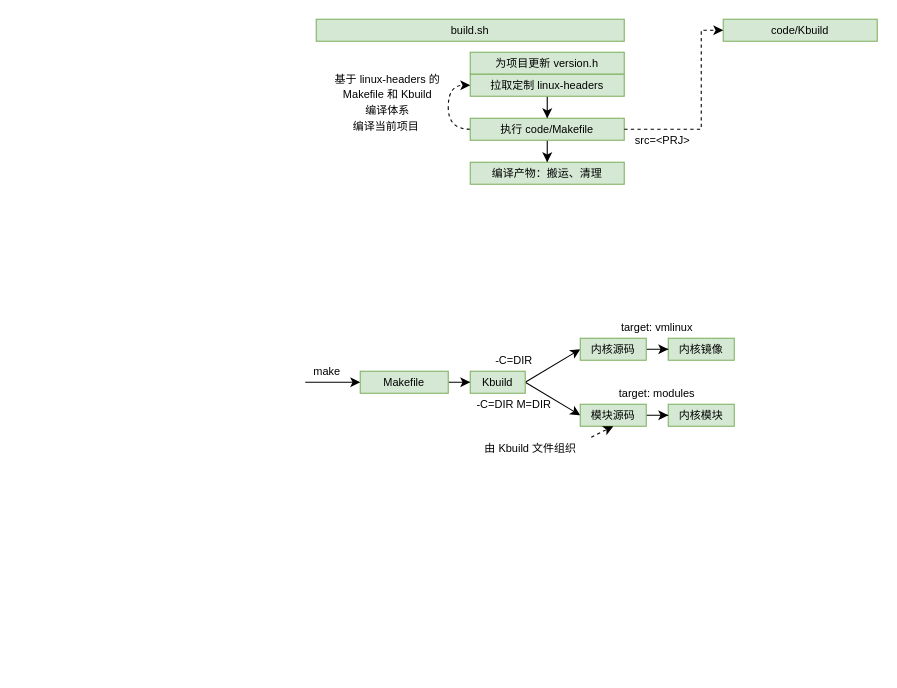
Above: assets.drawio in Noveren/typst-note (draw.io), before the change. Source tidied: cells renumbered, new cells numbered last; positions are measured from the earlier drawing's top-left corner, leaving out a move shared by most shapes. Both pictures are drawn from the tidied source at 110%, with x=0, y=0 at pixel (305, 19).
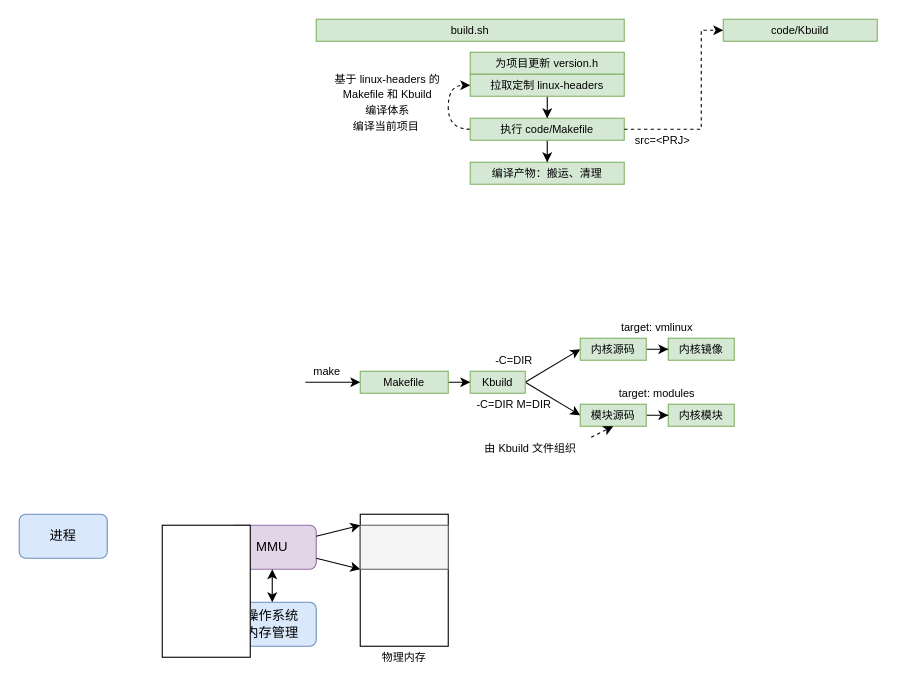
The same diagram, later.

Unchanged cells that the change refers to:
```xml
<mxCell id="15" style="group;" parent="1" vertex="1">
  <mxGeometry y="270" width="390" height="130" as="geometry" />
</mxCell>
```

Change to the diagram source:
```diff
@@
-    <mxCell id="33" value="&lt;font face=&quot;JetBrainsMono NF&quot;&gt;&lt;span style=&quot;font-size: 10px;&quot;&gt;由 Kbuild 文件组织&lt;/span&gt;&lt;/font&gt;" style="text;html=1;align=center;verticalAlign=middle;whiteSpace=wrap;rounded=0;" parent="15" vertex="1">
+    <mxCell id="33" value="&lt;span style=&quot;font-family: &amp;quot;JetBrainsMono NF&amp;quot;; font-size: 10px;&quot;&gt;由 Kbuild 文件组织&lt;/span&gt;" style="text;html=1;align=center;verticalAlign=middle;whiteSpace=wrap;rounded=0;" parent="15" vertex="1">
       <mxGeometry x="150" y="110" width="110" height="20" as="geometry" />
     </mxCell>
@@
+    <mxCell id="35" style="rounded=0;whiteSpace=wrap;html=1;" parent="1" vertex="1">
+      <mxGeometry x="50" y="450" width="80" height="120" as="geometry" />
+    </mxCell>
+    <mxCell id="36" value="&lt;span style=&quot;font-family: &amp;quot;JetBrainsMono NF&amp;quot;; font-size: 10px;&quot;&gt;物理内存&lt;/span&gt;" style="text;html=1;align=center;verticalAlign=middle;whiteSpace=wrap;rounded=0;" parent="1" vertex="1">
+      <mxGeometry x="50" y="570" width="80" height="20" as="geometry" />
+    </mxCell>
+    <mxCell id="37" value="&lt;font face=&quot;JetBrainsMono NF&quot;&gt;操作系统&lt;/font&gt;&lt;div&gt;&lt;font face=&quot;JetBrainsMono NF&quot;&gt;内存管理&lt;/font&gt;&lt;/div&gt;" style="rounded=1;whiteSpace=wrap;html=1;fillColor=#dae8fc;strokeColor=#6c8ebf;" parent="1" vertex="1">
+      <mxGeometry x="-70" y="530" width="80" height="40" as="geometry" />
+    </mxCell>
+    <mxCell id="38" value="&lt;font face=&quot;JetBrainsMono NF&quot;&gt;MMU&lt;/font&gt;" style="rounded=1;whiteSpace=wrap;html=1;fillColor=#e1d5e7;strokeColor=#9673a6;" parent="1" vertex="1">
+      <mxGeometry x="-70" y="460" width="80" height="40" as="geometry" />
+    </mxCell>
+    <mxCell id="39" style="endArrow=classic;startArrow=classic;html=1;rounded=0;entryX=0.5;entryY=1;entryDx=0;entryDy=0;exitX=0.5;exitY=0;exitDx=0;exitDy=0;" parent="1" edge="1" source="37" target="38">
+      <mxGeometry relative="1" as="geometry" />
+    </mxCell>
+    <mxCell id="40" style="rounded=0;whiteSpace=wrap;html=1;fillColor=#f5f5f5;fontColor=#333333;strokeColor=#666666;gradientColor=none;gradientDirection=north;shadow=0;glass=0;" parent="1" vertex="1">
+      <mxGeometry x="50" y="460" width="80" height="40" as="geometry" />
+    </mxCell>
+    <mxCell id="41" value="&lt;font face=&quot;JetBrainsMono NF&quot;&gt;进程&lt;/font&gt;" style="rounded=1;whiteSpace=wrap;html=1;fillColor=#dae8fc;strokeColor=#6c8ebf;" parent="1" vertex="1">
+      <mxGeometry x="-260" y="450" width="80" height="40" as="geometry" />
+    </mxCell>
+    <mxCell id="42" style="endArrow=classic;html=1;rounded=0;entryX=0;entryY=0;entryDx=0;entryDy=0;exitX=1;exitY=0.25;exitDx=0;exitDy=0;" parent="1" edge="1" source="38" target="40">
+      <mxGeometry relative="1" as="geometry" />
+    </mxCell>
+    <mxCell id="43" style="endArrow=classic;html=1;rounded=0;entryX=0;entryY=1;entryDx=0;entryDy=0;exitX=1;exitY=0.75;exitDx=0;exitDy=0;" parent="1" edge="1" source="38" target="40">
+      <mxGeometry relative="1" as="geometry" />
+    </mxCell>
+    <mxCell id="44" style="rounded=0;whiteSpace=wrap;html=1;" parent="1" vertex="1">
+      <mxGeometry x="-130" y="460" width="80" height="120" as="geometry" />
+    </mxCell>
```
